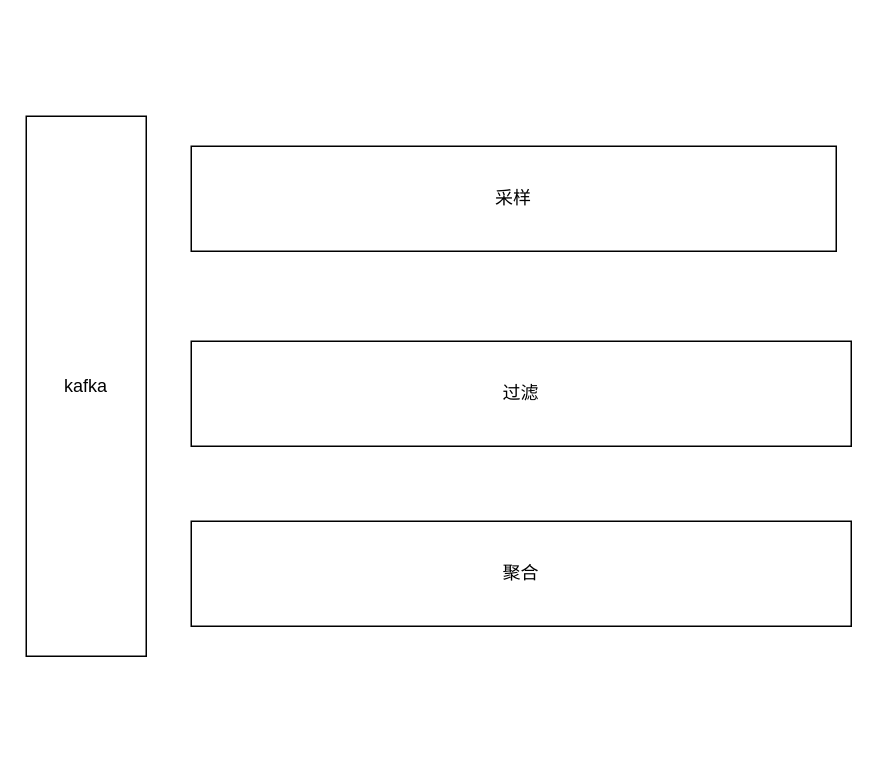
Above: 拓扑计算架构.drawio in biuboombiuboom/mydrawio (draw.io), before the change. Source tidied: cells renumbered, new cells numbered last; positions are measured from the earlier drawing's top-left corner, leaving out a move shared by most shapes. Both pictures are drawn from the tidied source at 150%, with x=0, y=0 at pixel (26, 116).
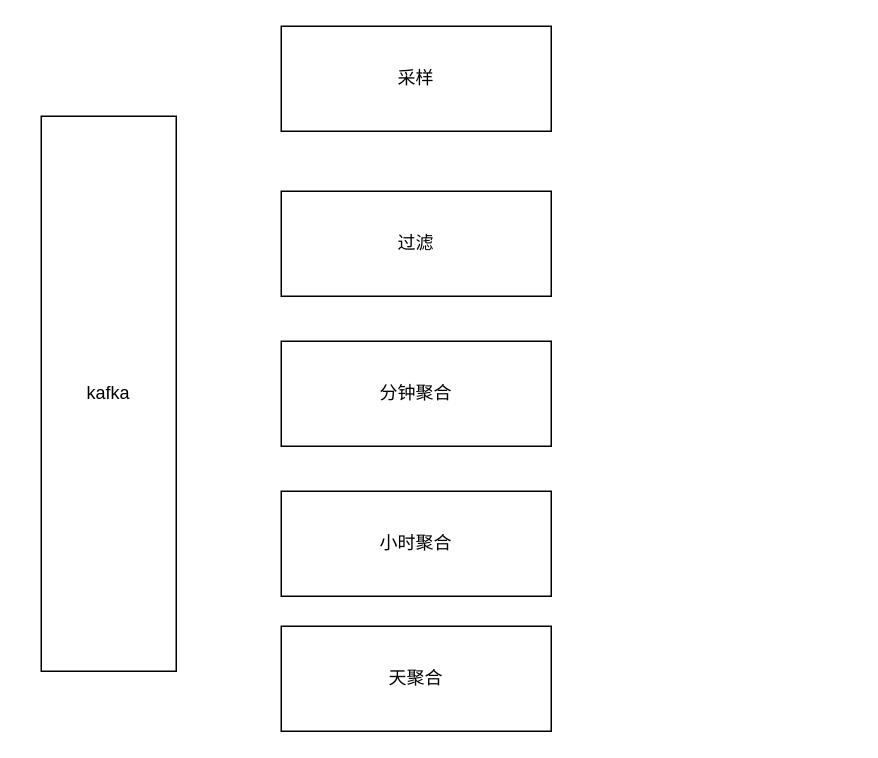
The same diagram, later.

Commit message (it also covers changes not shown here):
更新拓扑计算架构.drawio

What changed in the source:
```diff
@@
 <mxGraphModel>
   <root>
     <mxCell id="0" />
     <mxCell id="1" parent="0" />
     <mxCell id="2" value="采样" style="rounded=0;whiteSpace=wrap;html=1;" parent="1" vertex="1">
-      <mxGeometry x="110" y="20" width="430" height="70" as="geometry" />
+      <mxGeometry x="170" y="-60" width="180" height="70" as="geometry" />
     </mxCell>
     <mxCell id="3" value="kafka" style="rounded=0;whiteSpace=wrap;html=1;" parent="1" vertex="1">
-      <mxGeometry width="80" height="360" as="geometry" />
+      <mxGeometry x="10" width="90" height="370" as="geometry" />
     </mxCell>
     <mxCell id="4" value="过滤" style="rounded=0;whiteSpace=wrap;html=1;" parent="1" vertex="1">
-      <mxGeometry x="110" y="150" width="440" height="70" as="geometry" />
+      <mxGeometry x="170" y="50" width="180" height="70" as="geometry" />
     </mxCell>
-    <mxCell id="5" value="聚合" style="rounded=0;whiteSpace=wrap;html=1;" parent="1" vertex="1">
-      <mxGeometry x="110" y="270" width="440" height="70" as="geometry" />
+    <mxCell id="5" value="分钟聚合" style="rounded=0;whiteSpace=wrap;html=1;" parent="1" vertex="1">
+      <mxGeometry x="170" y="150" width="180" height="70" as="geometry" />
     </mxCell>
+    <mxCell id="6" value="小时聚合" style="rounded=0;whiteSpace=wrap;html=1;" parent="1" vertex="1">
+      <mxGeometry x="170" y="250" width="180" height="70" as="geometry" />
+    </mxCell>
+    <mxCell id="7" value="天聚合" style="rounded=0;whiteSpace=wrap;html=1;" parent="1" vertex="1">
+      <mxGeometry x="170" y="340" width="180" height="70" as="geometry" />
+    </mxCell>
   </root>
 </mxGraphModel>
```
